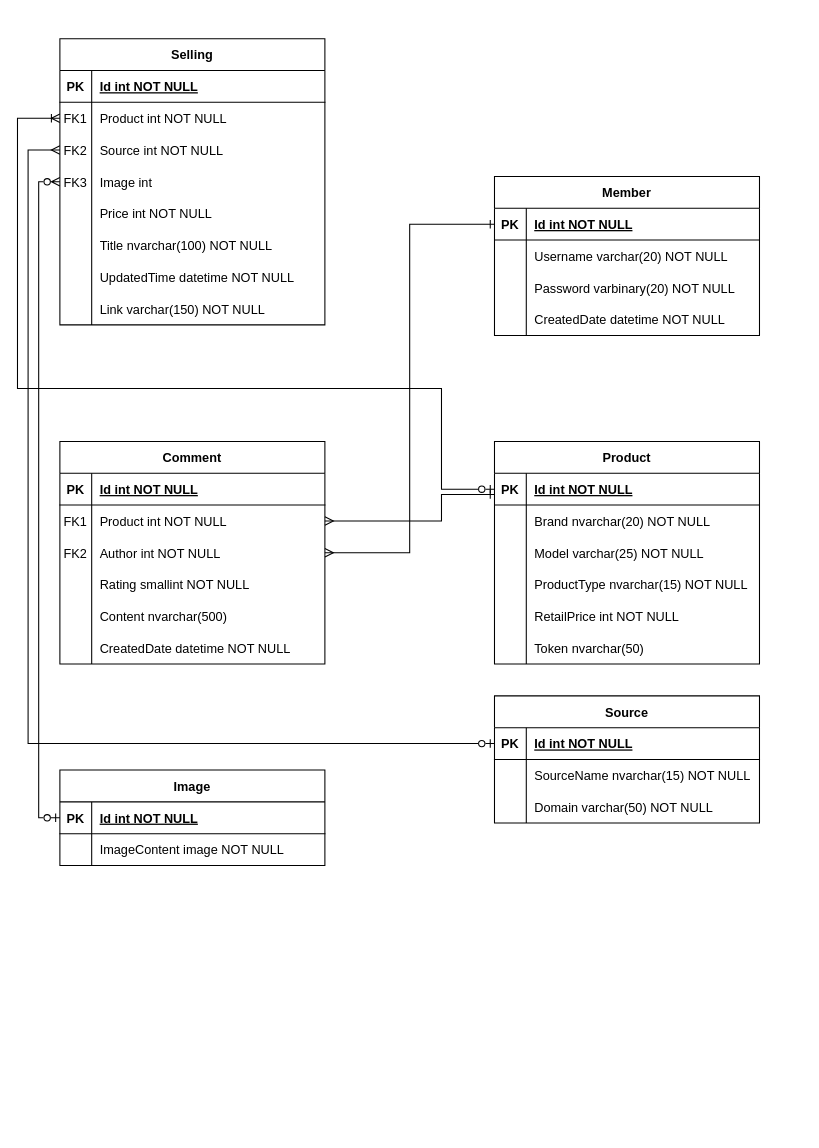
Above: graphs/b3/erd.drawio in 7bagbun/grad_prj_docs (draw.io), before the change. Source tidied: cells renumbered, new cells numbered last; positions are measured from the earlier drawing's top-left corner, leaving out a move shared by most shapes. Both pictures are drawn from the tidied source at 106%, with x=0, y=0 at pixel (17, 38).
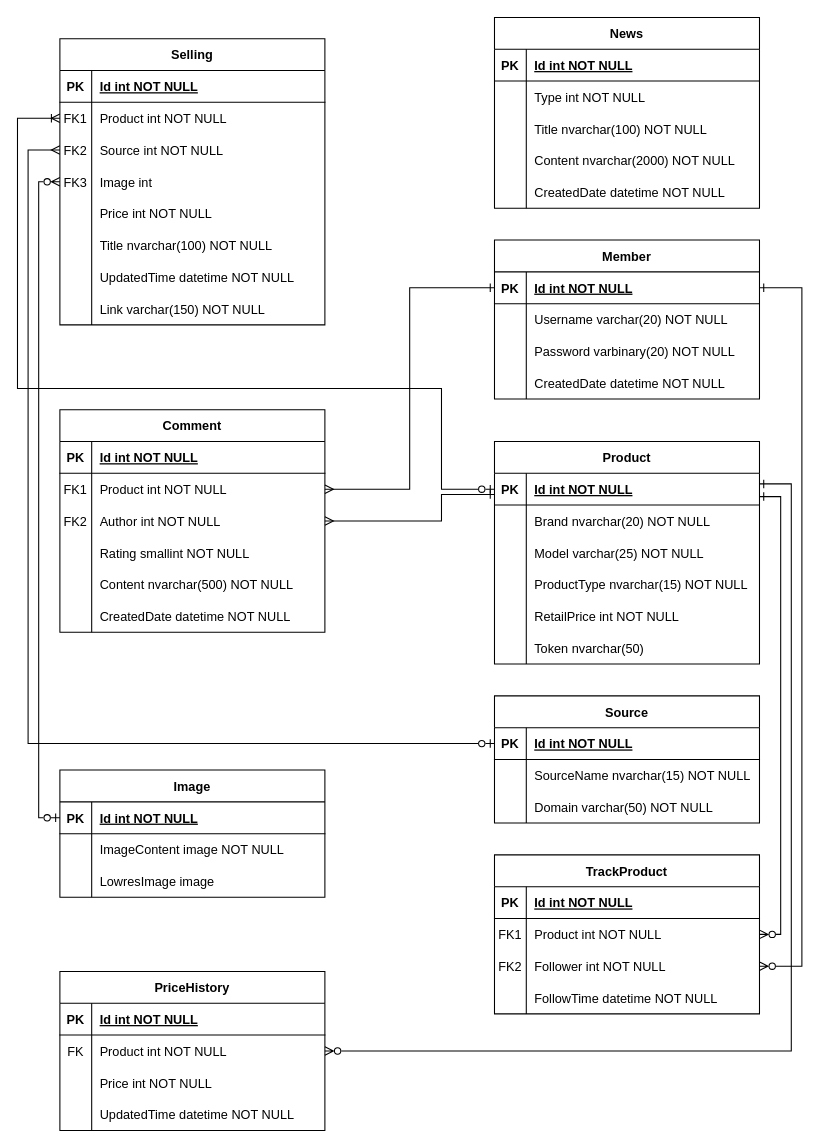
The same diagram, later.

Unchanged cells that the change refers to:
```xml
<mxCell id="3" style="shape=partialRectangle;fillColor=none;points=[[0,0.5],[1,0.5]];portConstraint=eastwest;top=0;left=0;right=0;bottom=1;" parent="2" vertex="1">
  <mxGeometry y="30" width="250" height="30" as="geometry" />
</mxCell>
<mxCell id="16" style="shape=partialRectangle;fillColor=none;points=[[0,0.5],[1,0.5]];portConstraint=eastwest;top=0;left=0;right=0;bottom=1;" parent="15" vertex="1">
  <mxGeometry y="30" width="250" height="30" as="geometry" />
</mxCell>
<mxCell id="63" style="shape=partialRectangle;fillColor=none;points=[[0,0.5],[1,0.5]];portConstraint=eastwest;top=0;left=0;right=0;bottom=0;" parent="59" vertex="1">
  <mxGeometry y="60" width="250" height="30" as="geometry" />
</mxCell>
<mxCell id="66" style="shape=partialRectangle;fillColor=none;points=[[0,0.5],[1,0.5]];portConstraint=eastwest;top=0;left=0;right=0;bottom=0;" parent="59" vertex="1">
  <mxGeometry y="90" width="250" height="30" as="geometry" />
</mxCell>
<mxCell id="72" style="shape=partialRectangle;fillColor=none;top=0;left=0;right=0;bottom=0;" parent="59" vertex="1">
  <mxGeometry y="150" width="250" height="30" as="geometry" />
</mxCell>
```

The edit, as a diff of the source:
```diff
@@
     <mxCell id="2" value="Member" style="shape=table;startSize=30;childLayout=tableLayout;rowLines=0;fontStyle=1;align=center;" parent="1" vertex="1">
-      <mxGeometry x="450" y="130" width="250" height="150" as="geometry" />
+      <mxGeometry x="450" y="190" width="250" height="150" as="geometry" />
     </mxCell>
@@
     <mxCell id="59" value="Comment" style="shape=table;startSize=30;childLayout=tableLayout;rowLines=0;fontStyle=1;align=center;" parent="1" vertex="1">
-      <mxGeometry x="40" y="380" width="250" height="210" as="geometry" />
+      <mxGeometry x="40" y="350" width="250" height="210" as="geometry" />
     </mxCell>
@@
-    <mxCell id="74" value="Content nvarchar(500)" style="shape=partialRectangle;overflow=hidden;fillColor=none;top=0;left=0;bottom=0;right=0;align=left;spacingLeft=6;" parent="72" vertex="1">
+    <mxCell id="74" value="Content nvarchar(500) NOT NULL" style="shape=partialRectangle;overflow=hidden;fillColor=none;top=0;left=0;bottom=0;right=0;align=left;spacingLeft=6;" parent="72" vertex="1">
       <mxGeometry x="30" width="220" height="30" as="geometry" />
     </mxCell>
@@
     <mxCell id="88" value="Image" style="shape=table;startSize=30;childLayout=tableLayout;rowLines=0;fontStyle=1;align=center;" parent="1" vertex="1">
-      <mxGeometry x="40" y="690" width="250" height="90" as="geometry" />
+      <mxGeometry x="40" y="690" width="250" height="120" as="geometry" />
     </mxCell>
@@
+    <mxCell id="100" style="shape=partialRectangle;fillColor=none;top=0;left=0;right=0;bottom=0;" parent="88" vertex="1">
+      <mxGeometry y="90" width="250" height="30" as="geometry" />
+    </mxCell>
+    <mxCell id="101" style="shape=partialRectangle;overflow=hidden;fillColor=none;top=0;left=0;bottom=0;right=0;" parent="100" vertex="1">
+      <mxGeometry width="30" height="30" as="geometry" />
+    </mxCell>
+    <mxCell id="102" value="LowresImage image" style="shape=partialRectangle;overflow=hidden;fillColor=none;top=0;left=0;bottom=0;right=0;align=left;spacingLeft=6;" parent="100" vertex="1">
+      <mxGeometry x="30" width="220" height="30" as="geometry" />
+    </mxCell>
@@
-    <mxCell id="98" style="edgeStyle=orthogonalEdgeStyle;rounded=0;jettySize=auto;html=1;endArrow=ERone;endFill=0;startArrow=ERmany;startFill=0;exitX=1;exitY=0.5;exitDx=0;exitDy=0;" parent="1" edge="1" source="63" target="16">
+    <mxCell id="98" style="edgeStyle=orthogonalEdgeStyle;rounded=0;jettySize=auto;html=1;endArrow=ERone;endFill=0;startArrow=ERmany;startFill=0;exitX=1;exitY=0.5;exitDx=0;exitDy=0;" parent="1" edge="1" source="66" target="16">
       <mxGeometry relative="1" as="geometry">
         <Array as="points">
           <mxPoint x="400" y="455" />
           <mxPoint x="400" y="430" />
         </Array>
       </mxGeometry>
     </mxCell>
-    <mxCell id="99" style="edgeStyle=orthogonalEdgeStyle;rounded=0;jettySize=auto;html=1;entryX=0;entryY=0.5;entryDx=0;entryDy=0;endArrow=ERone;endFill=0;startArrow=ERmany;startFill=0;" parent="1" edge="1" source="66" target="3">
+    <mxCell id="99" style="edgeStyle=orthogonalEdgeStyle;rounded=0;jettySize=auto;html=1;entryX=0;entryY=0.5;entryDx=0;entryDy=0;endArrow=ERone;endFill=0;startArrow=ERmany;startFill=0;exitX=1;exitY=0.5;exitDx=0;exitDy=0;" parent="1" edge="1" source="63" target="3">
       <mxGeometry relative="1" as="geometry" />
     </mxCell>
+    <mxCell id="103" value="News" style="shape=table;startSize=30;childLayout=tableLayout;rowLines=0;fontStyle=1;align=center;" parent="1" vertex="1">
+      <mxGeometry x="450" y="-20" width="250" height="180" as="geometry" />
+    </mxCell>
+    <mxCell id="104" style="shape=partialRectangle;fillColor=none;top=0;left=0;right=0;bottom=1;" parent="103" vertex="1">
+      <mxGeometry y="30" width="250" height="30" as="geometry" />
+    </mxCell>
+    <mxCell id="105" value="PK" style="shape=partialRectangle;overflow=hidden;fillColor=none;top=0;left=0;bottom=0;right=0;fontStyle=1;" parent="104" vertex="1">
+      <mxGeometry width="30" height="30" as="geometry" />
+    </mxCell>
+    <mxCell id="106" value="Id int NOT NULL" style="shape=partialRectangle;overflow=hidden;fillColor=none;top=0;left=0;bottom=0;right=0;align=left;spacingLeft=6;fontStyle=5;" parent="104" vertex="1">
+      <mxGeometry x="30" width="220" height="30" as="geometry" />
+    </mxCell>
+    <mxCell id="107" style="shape=partialRectangle;fillColor=none;top=0;left=0;right=0;bottom=0;" parent="103" vertex="1">
+      <mxGeometry y="60" width="250" height="30" as="geometry" />
+    </mxCell>
+    <mxCell id="108" style="shape=partialRectangle;overflow=hidden;fillColor=none;top=0;left=0;bottom=0;right=0;" parent="107" vertex="1">
+      <mxGeometry width="30" height="30" as="geometry" />
+    </mxCell>
+    <mxCell id="109" value="Type int NOT NULL" style="shape=partialRectangle;overflow=hidden;fillColor=none;top=0;left=0;bottom=0;right=0;align=left;spacingLeft=6;" parent="107" vertex="1">
+      <mxGeometry x="30" width="220" height="30" as="geometry" />
+    </mxCell>
+    <mxCell id="110" style="shape=partialRectangle;fillColor=none;top=0;left=0;right=0;bottom=0;" parent="103" vertex="1">
+      <mxGeometry y="90" width="250" height="30" as="geometry" />
+    </mxCell>
+    <mxCell id="111" style="shape=partialRectangle;overflow=hidden;fillColor=none;top=0;left=0;bottom=0;right=0;" parent="110" vertex="1">
+      <mxGeometry width="30" height="30" as="geometry" />
+    </mxCell>
+    <mxCell id="112" value="Title nvarchar(100) NOT NULL" style="shape=partialRectangle;overflow=hidden;fillColor=none;top=0;left=0;bottom=0;right=0;align=left;spacingLeft=6;" parent="110" vertex="1">
+      <mxGeometry x="30" width="220" height="30" as="geometry" />
+    </mxCell>
+    <mxCell id="113" style="shape=partialRectangle;fillColor=none;top=0;left=0;right=0;bottom=0;" parent="103" vertex="1">
+      <mxGeometry y="120" width="250" height="30" as="geometry" />
+    </mxCell>
+    <mxCell id="114" style="shape=partialRectangle;overflow=hidden;fillColor=none;top=0;left=0;bottom=0;right=0;" parent="113" vertex="1">
+      <mxGeometry width="30" height="30" as="geometry" />
+    </mxCell>
+    <mxCell id="115" value="Content nvarchar(2000) NOT NULL" style="shape=partialRectangle;overflow=hidden;fillColor=none;top=0;left=0;bottom=0;right=0;align=left;spacingLeft=6;" parent="113" vertex="1">
+      <mxGeometry x="30" width="220" height="30" as="geometry" />
+    </mxCell>
+    <mxCell id="116" style="shape=partialRectangle;fillColor=none;top=0;left=0;right=0;bottom=0;" parent="103" vertex="1">
+      <mxGeometry y="150" width="250" height="30" as="geometry" />
+    </mxCell>
+    <mxCell id="117" style="shape=partialRectangle;overflow=hidden;fillColor=none;top=0;left=0;bottom=0;right=0;" parent="116" vertex="1">
+      <mxGeometry width="30" height="30" as="geometry" />
+    </mxCell>
+    <mxCell id="118" value="CreatedDate datetime NOT NULL" style="shape=partialRectangle;overflow=hidden;fillColor=none;top=0;left=0;bottom=0;right=0;align=left;spacingLeft=6;" parent="116" vertex="1">
+      <mxGeometry x="30" width="220" height="30" as="geometry" />
+    </mxCell>
+    <mxCell id="119" value="PriceHistory" style="shape=table;startSize=30;childLayout=tableLayout;rowLines=0;fontStyle=1;align=center;" parent="1" vertex="1">
+      <mxGeometry x="40" y="880" width="250" height="150" as="geometry" />
+    </mxCell>
+    <mxCell id="120" style="shape=partialRectangle;fillColor=none;top=0;left=0;right=0;bottom=1;" parent="119" vertex="1">
+      <mxGeometry y="30" width="250" height="30" as="geometry" />
+    </mxCell>
+    <mxCell id="121" value="PK" style="shape=partialRectangle;overflow=hidden;fillColor=none;top=0;left=0;bottom=0;right=0;fontStyle=1;" parent="120" vertex="1">
+      <mxGeometry width="30" height="30" as="geometry" />
+    </mxCell>
+    <mxCell id="122" value="Id int NOT NULL" style="shape=partialRectangle;overflow=hidden;fillColor=none;top=0;left=0;bottom=0;right=0;align=left;spacingLeft=6;fontStyle=5;" parent="120" vertex="1">
+      <mxGeometry x="30" width="220" height="30" as="geometry" />
+    </mxCell>
+    <mxCell id="123" style="shape=partialRectangle;fillColor=none;points=[[0,0.5],[1,0.5]];portConstraint=eastwest;top=0;left=0;right=0;bottom=0;" parent="119" vertex="1">
+      <mxGeometry y="60" width="250" height="30" as="geometry" />
+    </mxCell>
+    <mxCell id="124" value="FK" style="shape=partialRectangle;overflow=hidden;fillColor=none;top=0;left=0;bottom=0;right=0;" parent="123" vertex="1">
+      <mxGeometry width="30" height="30" as="geometry" />
+    </mxCell>
+    <mxCell id="125" value="Product int NOT NULL" style="shape=partialRectangle;overflow=hidden;fillColor=none;top=0;left=0;bottom=0;right=0;align=left;spacingLeft=6;" parent="123" vertex="1">
+      <mxGeometry x="30" width="220" height="30" as="geometry" />
+    </mxCell>
+    <mxCell id="126" style="shape=partialRectangle;fillColor=none;top=0;left=0;right=0;bottom=0;" parent="119" vertex="1">
+      <mxGeometry y="90" width="250" height="30" as="geometry" />
+    </mxCell>
+    <mxCell id="127" style="shape=partialRectangle;overflow=hidden;fillColor=none;top=0;left=0;bottom=0;right=0;" parent="126" vertex="1">
+      <mxGeometry width="30" height="30" as="geometry" />
+    </mxCell>
+    <mxCell id="128" value="Price int NOT NULL" style="shape=partialRectangle;overflow=hidden;fillColor=none;top=0;left=0;bottom=0;right=0;align=left;spacingLeft=6;" parent="126" vertex="1">
+      <mxGeometry x="30" width="220" height="30" as="geometry" />
+    </mxCell>
+    <mxCell id="129" style="shape=partialRectangle;fillColor=none;top=0;left=0;right=0;bottom=0;" parent="119" vertex="1">
+      <mxGeometry y="120" width="250" height="30" as="geometry" />
+    </mxCell>
+    <mxCell id="130" style="shape=partialRectangle;overflow=hidden;fillColor=none;top=0;left=0;bottom=0;right=0;" parent="129" vertex="1">
+      <mxGeometry width="30" height="30" as="geometry" />
+    </mxCell>
+    <mxCell id="131" value="UpdatedTime datetime NOT NULL" style="shape=partialRectangle;overflow=hidden;fillColor=none;top=0;left=0;bottom=0;right=0;align=left;spacingLeft=6;" parent="129" vertex="1">
+      <mxGeometry x="30" width="220" height="30" as="geometry" />
+    </mxCell>
+    <mxCell id="132" style="edgeStyle=orthogonalEdgeStyle;rounded=0;jettySize=auto;html=1;endArrow=ERone;endFill=0;startArrow=ERzeroToMany;startFill=0;" parent="1" edge="1" source="123">
+      <mxGeometry relative="1" as="geometry">
+        <mxPoint x="700" y="420" as="targetPoint" />
+        <Array as="points">
+          <mxPoint x="730" y="955" />
+          <mxPoint x="730" y="420" />
+        </Array>
+      </mxGeometry>
+    </mxCell>
+    <mxCell id="133" value="TrackProduct" style="shape=table;startSize=30;childLayout=tableLayout;rowLines=0;fontStyle=1;align=center;" parent="1" vertex="1">
+      <mxGeometry x="450" y="770" width="250" height="150" as="geometry" />
+    </mxCell>
+    <mxCell id="134" style="shape=partialRectangle;fillColor=none;top=0;left=0;right=0;bottom=1;" parent="133" vertex="1">
+      <mxGeometry y="30" width="250" height="30" as="geometry" />
+    </mxCell>
+    <mxCell id="135" value="PK" style="shape=partialRectangle;overflow=hidden;fillColor=none;top=0;left=0;bottom=0;right=0;fontStyle=1;" parent="134" vertex="1">
+      <mxGeometry width="30" height="30" as="geometry" />
+    </mxCell>
+    <mxCell id="136" value="Id int NOT NULL " style="shape=partialRectangle;overflow=hidden;fillColor=none;top=0;left=0;bottom=0;right=0;align=left;spacingLeft=6;fontStyle=5;" parent="134" vertex="1">
+      <mxGeometry x="30" width="220" height="30" as="geometry" />
+    </mxCell>
+    <mxCell id="137" style="shape=partialRectangle;fillColor=none;points=[[0,0.5],[1,0.5]];portConstraint=eastwest;top=0;left=0;right=0;bottom=0;" parent="133" vertex="1">
+      <mxGeometry y="60" width="250" height="30" as="geometry" />
+    </mxCell>
+    <mxCell id="138" value="FK1" style="shape=partialRectangle;overflow=hidden;fillColor=none;top=0;left=0;bottom=0;right=0;" parent="137" vertex="1">
+      <mxGeometry width="30" height="30" as="geometry" />
+    </mxCell>
+    <mxCell id="139" value="Product int NOT NULL" style="shape=partialRectangle;overflow=hidden;fillColor=none;top=0;left=0;bottom=0;right=0;align=left;spacingLeft=6;" parent="137" vertex="1">
+      <mxGeometry x="30" width="220" height="30" as="geometry" />
+    </mxCell>
+    <mxCell id="140" style="shape=partialRectangle;fillColor=none;points=[[0,0.5],[1,0.5]];portConstraint=eastwest;top=0;left=0;right=0;bottom=0;" parent="133" vertex="1">
+      <mxGeometry y="90" width="250" height="30" as="geometry" />
+    </mxCell>
+    <mxCell id="141" value="FK2" style="shape=partialRectangle;overflow=hidden;fillColor=none;top=0;left=0;bottom=0;right=0;" parent="140" vertex="1">
+      <mxGeometry width="30" height="30" as="geometry" />
+    </mxCell>
+    <mxCell id="142" value="Follower int NOT NULL" style="shape=partialRectangle;overflow=hidden;fillColor=none;top=0;left=0;bottom=0;right=0;align=left;spacingLeft=6;" parent="140" vertex="1">
+      <mxGeometry x="30" width="220" height="30" as="geometry" />
+    </mxCell>
+    <mxCell id="143" style="shape=partialRectangle;fillColor=none;top=0;left=0;right=0;bottom=0;" parent="133" vertex="1">
+      <mxGeometry y="120" width="250" height="30" as="geometry" />
+    </mxCell>
+    <mxCell id="144" style="shape=partialRectangle;overflow=hidden;fillColor=none;top=0;left=0;bottom=0;right=0;" parent="143" vertex="1">
+      <mxGeometry width="30" height="30" as="geometry" />
+    </mxCell>
+    <mxCell id="145" value="FollowTime datetime NOT NULL" style="shape=partialRectangle;overflow=hidden;fillColor=none;top=0;left=0;bottom=0;right=0;align=left;spacingLeft=6;" parent="143" vertex="1">
+      <mxGeometry x="30" width="220" height="30" as="geometry" />
+    </mxCell>
+    <mxCell id="146" style="edgeStyle=orthogonalEdgeStyle;rounded=0;jettySize=auto;html=1;entryX=1;entryY=0.733;entryDx=0;entryDy=0;entryPerimeter=0;exitX=1;exitY=0.5;exitDx=0;exitDy=0;startArrow=ERzeroToMany;startFill=0;endArrow=ERone;endFill=0;" parent="1" edge="1" source="137" target="16">
+      <mxGeometry relative="1" as="geometry">
+        <Array as="points">
+          <mxPoint x="720" y="845" />
+          <mxPoint x="720" y="432" />
+        </Array>
+      </mxGeometry>
+    </mxCell>
+    <mxCell id="147" style="edgeStyle=orthogonalEdgeStyle;rounded=0;jettySize=auto;html=1;entryX=1;entryY=0.5;entryDx=0;entryDy=0;exitX=1;exitY=0.5;exitDx=0;exitDy=0;startArrow=ERzeroToMany;startFill=0;endArrow=ERone;endFill=0;" parent="1" edge="1" source="140" target="3">
+      <mxGeometry relative="1" as="geometry">
+        <Array as="points">
+          <mxPoint x="740" y="875" />
+          <mxPoint x="740" y="235" />
+        </Array>
+      </mxGeometry>
+    </mxCell>
```
